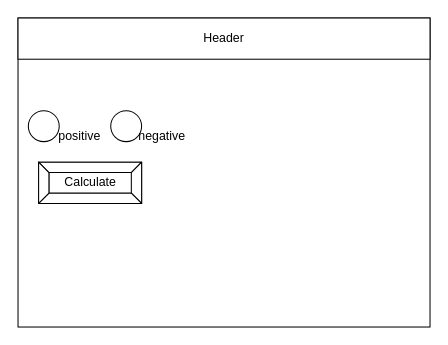
Earlier version of the draw.io diagram design/story-board.drawio (Ali-Mugamai/ICS20-5-03-Js-). Source tidied: cells renumbered, new cells numbered last; positions are measured from the earlier drawing's top-left corner, leaving out a move shared by most shapes. Both pictures are drawn from the tidied source at 103%, with x=0, y=0 at pixel (18, 18).
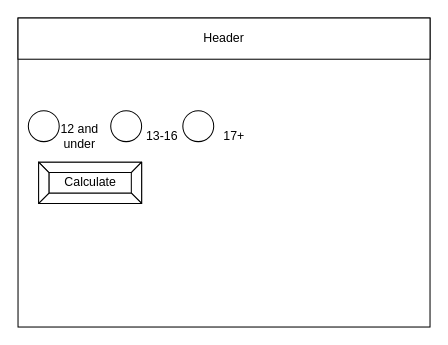
Above is the later version.

Change to the diagram source:
```diff
@@
 <mxGraphModel>
   <root>
     <mxCell id="0" />
     <mxCell id="1" parent="0" />
     <mxCell id="2" style="rounded=0;whiteSpace=wrap;html=1;" parent="1" vertex="1">
       <mxGeometry width="400" height="300" as="geometry" />
     </mxCell>
     <mxCell id="3" value="Header" style="rounded=0;whiteSpace=wrap;html=1;" parent="1" vertex="1">
       <mxGeometry width="400" height="40" as="geometry" />
     </mxCell>
     <mxCell id="4" value="Calculate" style="labelPosition=center;verticalLabelPosition=middle;align=center;html=1;shape=mxgraph.basic.button;dx=10;" parent="1" vertex="1">
       <mxGeometry x="20" y="140" width="100" height="40" as="geometry" />
     </mxCell>
     <mxCell id="5" style="ellipse;whiteSpace=wrap;html=1;" parent="1" vertex="1">
       <mxGeometry x="10" y="90" width="30" height="30" as="geometry" />
     </mxCell>
     <mxCell id="6" style="ellipse;whiteSpace=wrap;html=1;" parent="1" vertex="1">
       <mxGeometry x="90" y="90" width="30" height="30" as="geometry" />
     </mxCell>
-    <mxCell id="7" value="negative" style="text;html=1;strokeColor=none;fillColor=none;align=center;verticalAlign=middle;whiteSpace=wrap;rounded=0;" parent="1" vertex="1">
+    <mxCell id="7" value="13-16" style="text;html=1;strokeColor=none;fillColor=none;align=center;verticalAlign=middle;whiteSpace=wrap;rounded=0;" parent="1" vertex="1">
       <mxGeometry x="110" y="100" width="60" height="30" as="geometry" />
     </mxCell>
-    <mxCell id="8" value="positive" style="text;html=1;strokeColor=none;fillColor=none;align=center;verticalAlign=middle;whiteSpace=wrap;rounded=0;" parent="1" vertex="1">
+    <mxCell id="8" value="12 and under" style="text;html=1;strokeColor=none;fillColor=none;align=center;verticalAlign=middle;whiteSpace=wrap;rounded=0;" parent="1" vertex="1">
       <mxGeometry x="30" y="100" width="60" height="30" as="geometry" />
     </mxCell>
+    <mxCell id="9" style="ellipse;whiteSpace=wrap;html=1;" parent="1" vertex="1">
+      <mxGeometry x="160" y="90" width="30" height="30" as="geometry" />
+    </mxCell>
+    <mxCell id="10" value="17+" style="text;html=1;strokeColor=none;fillColor=none;align=center;verticalAlign=middle;whiteSpace=wrap;rounded=0;" parent="1" vertex="1">
+      <mxGeometry x="180" y="100" width="60" height="30" as="geometry" />
+    </mxCell>
   </root>
 </mxGraphModel>
```
